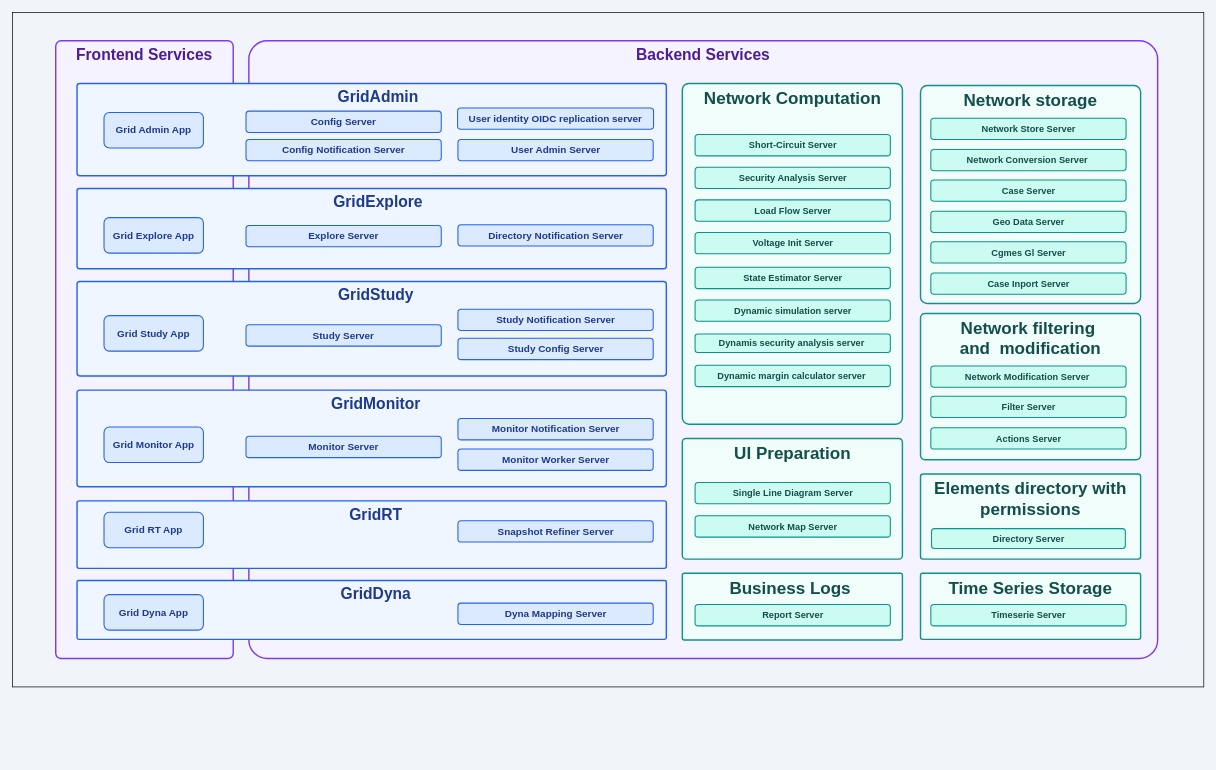
The draw.io diagram architecture/diagrams/BackendFrontend.drawio in gridsuite/documentation, before the edit. Source tidied: cells renumbered, new cells numbered last; positions are measured from the earlier drawing's top-left corner, leaving out a move shared by most shapes. Both pictures are drawn from the tidied source at 71%, with x=0, y=0 at pixel (12, 12).
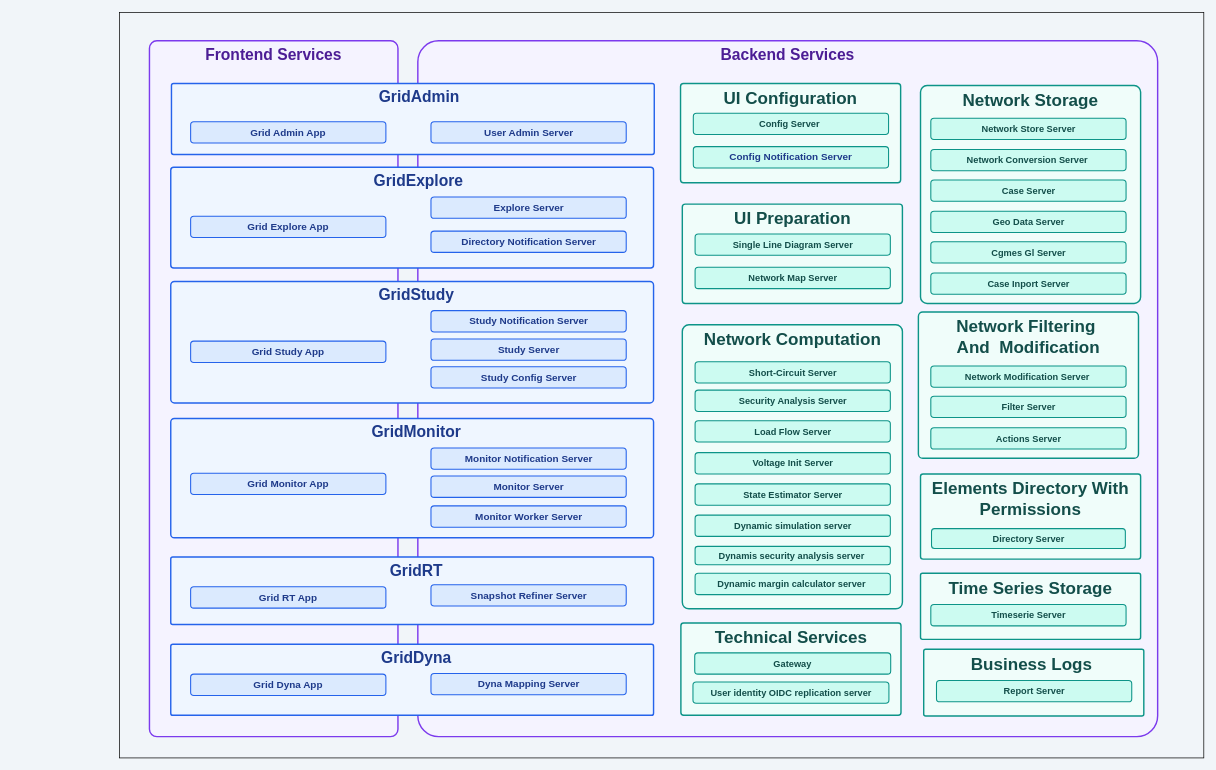
After the change.

Commit message (it also covers changes not shown here):
Adjust MicroServices diagram (#58)

What changed in the source:
```diff
@@
     <mxCell id="2" style="rounded=0;whiteSpace=wrap;html=1;fillColor=none;" parent="1" vertex="1">
-      <mxGeometry width="1678" height="950" as="geometry" />
+      <mxGeometry x="151" width="1527" height="1050" as="geometry" />
     </mxCell>
     <mxCell id="3" value="Backend Services" style="rounded=1;whiteSpace=wrap;html=1;verticalAlign=top;fontSize=22;fontStyle=1;fillColor=#F5F3FF;fontColor=#4C1D95;strokeColor=#7C3AED;strokeWidth=2;arcSize=3;align=center;fontFamily=Helvetica;" parent="1" vertex="1">
-      <mxGeometry x="333" y="40" width="1280" height="870" as="geometry" />
+      <mxGeometry x="571" y="40" width="1042" height="980" as="geometry" />
     </mxCell>
     <mxCell id="4" value="UI Preparation" style="rounded=1;whiteSpace=wrap;html=1;verticalAlign=top;fontSize=24;fontStyle=1;fillColor=#F0FDFA;fontColor=#134E4A;strokeColor=#0D9488;strokeWidth=2;arcSize=3;align=center;fontFamily=Helvetica;" parent="1" vertex="1">
-      <mxGeometry x="943.5" y="600" width="310" height="170" as="geometry" />
+      <mxGeometry x="943.5" y="270" width="310" height="140" as="geometry" />
     </mxCell>
     <mxCell id="5" value="Frontend Services" style="rounded=1;whiteSpace=wrap;html=1;verticalAlign=top;fontSize=22;fontStyle=1;fillColor=#F5F3FF;fontColor=#4C1D95;strokeColor=#7C3AED;strokeWidth=2;arcSize=3;align=center;fontFamily=Helvetica;" parent="1" vertex="1">
-      <mxGeometry x="61" y="40" width="250" height="870" as="geometry" />
+      <mxGeometry x="193" y="40" width="350" height="980" as="geometry" />
     </mxCell>
     <mxCell id="6" value="&amp;nbsp; &amp;nbsp;GridAdmin" style="rounded=1;whiteSpace=wrap;html=1;fillColor=#EFF6FF;align=center;verticalAlign=top;fontSize=22;strokeWidth=2;strokeColor=#2563EB;arcSize=3;fontFamily=Helvetica;fontColor=#1E3A8A;fontStyle=1;" parent="1" vertex="1">
-      <mxGeometry x="91" y="100" width="830" height="130" as="geometry" />
+      <mxGeometry x="224" y="100" width="680" height="100" as="geometry" />
     </mxCell>
-    <mxCell id="7" value="Network filtering&amp;nbsp;&lt;div&gt;and&amp;nbsp; modification&lt;/div&gt;" style="rounded=1;whiteSpace=wrap;html=1;verticalAlign=top;fontSize=24;fontStyle=1;fillColor=#F0FDFA;fontColor=#134E4A;strokeColor=#0D9488;strokeWidth=2;arcSize=3;align=center;fontFamily=Helvetica;" parent="1" vertex="1">
-      <mxGeometry x="1279" y="424" width="310" height="206" as="geometry" />
+    <mxCell id="7" value="Network Filtering&amp;nbsp;&lt;div&gt;And&amp;nbsp; Modification&lt;/div&gt;" style="rounded=1;whiteSpace=wrap;html=1;verticalAlign=top;fontSize=24;fontStyle=1;fillColor=#F0FDFA;fontColor=#134E4A;strokeColor=#0D9488;strokeWidth=2;arcSize=3;align=center;fontFamily=Helvetica;" parent="1" vertex="1">
+      <mxGeometry x="1276" y="422" width="310" height="206" as="geometry" />
     </mxCell>
-    <mxCell id="8" value="Elements directory with permissions" style="rounded=1;whiteSpace=wrap;html=1;verticalAlign=top;fontSize=24;fontStyle=1;fillColor=#F0FDFA;fontColor=#134E4A;strokeColor=#0D9488;strokeWidth=2;arcSize=3;align=center;fontFamily=Helvetica;" parent="1" vertex="1">
+    <mxCell id="8" value="Elements Directory With Permissions" style="rounded=1;whiteSpace=wrap;html=1;verticalAlign=top;fontSize=24;fontStyle=1;fillColor=#F0FDFA;fontColor=#134E4A;strokeColor=#0D9488;strokeWidth=2;arcSize=3;align=center;fontFamily=Helvetica;" parent="1" vertex="1">
       <mxGeometry x="1279" y="650" width="310" height="120" as="geometry" />
     </mxCell>
     <mxCell id="9" value="Business Logs&amp;nbsp;" style="rounded=1;whiteSpace=wrap;html=1;verticalAlign=top;fontSize=24;fontStyle=1;fillColor=#F0FDFA;fontColor=#134E4A;strokeColor=#0D9488;strokeWidth=2;arcSize=3;align=center;fontFamily=Helvetica;" parent="1" vertex="1">
-      <mxGeometry x="943.5" y="790" width="310" height="94" as="geometry" />
+      <mxGeometry x="1283.5" y="897" width="310" height="94" as="geometry" />
     </mxCell>
     <mxCell id="10" value="Network Computation" style="rounded=1;whiteSpace=wrap;html=1;verticalAlign=top;fontSize=24;fontStyle=1;fillColor=#F0FDFA;fontColor=#134E4A;strokeColor=#0D9488;strokeWidth=2;arcSize=3;align=center;fontFamily=Helvetica;" parent="1" vertex="1">
-      <mxGeometry x="943.5" y="100" width="310" height="480" as="geometry" />
+      <mxGeometry x="943.5" y="440" width="310" height="400" as="geometry" />
     </mxCell>
-    <mxCell id="11" value="User identity OIDC replication server" style="rounded=1;whiteSpace=wrap;html=1;fontSize=14;fontStyle=1;fillColor=#DBEAFE;strokeColor=#2563EB;strokeWidth=1.5;fontColor=#1E3A8A;align=center;verticalAlign=middle;fontFamily=Helvetica;" parent="1" vertex="1">
-      <mxGeometry x="627" y="134.5" width="276" height="30" as="geometry" />
-    </mxCell>
-    <mxCell id="12" value="Network storage" style="rounded=1;whiteSpace=wrap;html=1;verticalAlign=top;fontSize=24;fontStyle=1;fillColor=#F0FDFA;fontColor=#134E4A;strokeColor=#0D9488;strokeWidth=2;arcSize=3;align=center;fontFamily=Helvetica;" parent="1" vertex="1">
+    <mxCell id="12" value="Network Storage" style="rounded=1;whiteSpace=wrap;html=1;verticalAlign=top;fontSize=24;fontStyle=1;fillColor=#F0FDFA;fontColor=#134E4A;strokeColor=#0D9488;strokeWidth=2;arcSize=3;align=center;fontFamily=Helvetica;" parent="1" vertex="1">
       <mxGeometry x="1279" y="103" width="310" height="307" as="geometry" />
     </mxCell>
     <mxCell id="13" value="&amp;nbsp; &amp;nbsp;GridRT&amp;nbsp;" style="rounded=1;whiteSpace=wrap;html=1;fillColor=#EFF6FF;align=center;verticalAlign=top;fontSize=22;strokeWidth=2;strokeColor=#2563EB;fontFamily=Helvetica;fontColor=#1E3A8A;arcSize=3;fontStyle=1;" parent="1" vertex="1">
-      <mxGeometry x="91" y="688" width="830" height="95" as="geometry" />
+      <mxGeometry x="223" y="767" width="680" height="95" as="geometry" />
     </mxCell>
     <mxCell id="14" value="Grid Admin App" style="rounded=1;whiteSpace=wrap;html=1;fontSize=14;fontStyle=1;fillColor=#DBEAFE;strokeColor=#2563EB;strokeWidth=1.5;fontColor=#1E3A8A;" parent="1" vertex="1">
-      <mxGeometry x="129" y="141" width="140" height="50" as="geometry" />
+      <mxGeometry x="251" y="154" width="275" height="30" as="geometry" />
     </mxCell>
     <mxCell id="15" value="User Admin Server" style="rounded=1;whiteSpace=wrap;html=1;fontSize=14;fontStyle=1;fillColor=#DBEAFE;strokeColor=#2563EB;strokeWidth=1.5;fontColor=#1E3A8A;align=center;verticalAlign=middle;fontFamily=Helvetica;" parent="1" vertex="1">
-      <mxGeometry x="627.5" y="179" width="275" height="30" as="geometry" />
+      <mxGeometry x="589.5" y="154" width="275" height="30" as="geometry" />
     </mxCell>
-    <mxCell id="16" value="Config Server" style="rounded=1;whiteSpace=wrap;html=1;fontSize=14;fontStyle=1;fillColor=#DBEAFE;strokeColor=#2563EB;strokeWidth=1.5;fontColor=#1E3A8A;align=center;verticalAlign=middle;fontFamily=Helvetica;" parent="1" vertex="1">
-      <mxGeometry x="329" y="139" width="275" height="30" as="geometry" />
-    </mxCell>
-    <mxCell id="17" value="Config Notification Server" style="rounded=1;whiteSpace=wrap;html=1;fontSize=14;fontStyle=1;fillColor=#DBEAFE;strokeColor=#2563EB;strokeWidth=1.5;fontColor=#1E3A8A;align=center;verticalAlign=middle;fontFamily=Helvetica;" parent="1" vertex="1">
-      <mxGeometry x="329" y="179" width="275" height="30" as="geometry" />
-    </mxCell>
@@
     <mxCell id="20" value="Short-Circuit Server" style="rounded=1;whiteSpace=wrap;html=1;fontSize=13;fontStyle=1;fillColor=#CCFBF1;strokeColor=#0D9488;strokeWidth=1.5;fontColor=#134E4A;align=center;verticalAlign=middle;fontFamily=Helvetica;" parent="1" vertex="1">
-      <mxGeometry x="961.5" y="172" width="275" height="30" as="geometry" />
+      <mxGeometry x="961.5" y="492" width="275" height="30" as="geometry" />
     </mxCell>
     <mxCell id="21" value="Security Analysis Server" style="rounded=1;whiteSpace=wrap;html=1;fontSize=13;fontStyle=1;fillColor=#CCFBF1;strokeColor=#0D9488;strokeWidth=1.5;fontColor=#134E4A;align=center;verticalAlign=middle;fontFamily=Helvetica;" parent="1" vertex="1">
-      <mxGeometry x="961.5" y="218" width="275" height="30" as="geometry" />
+      <mxGeometry x="961.5" y="532" width="275" height="30" as="geometry" />
     </mxCell>
     <mxCell id="22" value="Load Flow Server" style="rounded=1;whiteSpace=wrap;html=1;fontSize=13;fontStyle=1;fillColor=#CCFBF1;strokeColor=#0D9488;strokeWidth=1.5;fontColor=#134E4A;align=center;verticalAlign=middle;fontFamily=Helvetica;" parent="1" vertex="1">
-      <mxGeometry x="961.5" y="264" width="275" height="30" as="geometry" />
+      <mxGeometry x="961.5" y="575" width="275" height="30" as="geometry" />
     </mxCell>
     <mxCell id="23" value="Voltage Init Server" style="rounded=1;whiteSpace=wrap;html=1;fontSize=13;fontStyle=1;fillColor=#CCFBF1;strokeColor=#0D9488;strokeWidth=1.5;fontColor=#134E4A;align=center;verticalAlign=middle;fontFamily=Helvetica;" parent="1" vertex="1">
-      <mxGeometry x="961.5" y="310" width="275" height="30" as="geometry" />
+      <mxGeometry x="961.5" y="620" width="275" height="30" as="geometry" />
     </mxCell>
@@
     <mxCell id="26" value="Report Server" style="rounded=1;whiteSpace=wrap;html=1;fontSize=13;fontStyle=1;fillColor=#CCFBF1;strokeColor=#0D9488;strokeWidth=1.5;fontColor=#134E4A;align=center;verticalAlign=middle;fontFamily=Helvetica;" parent="1" vertex="1">
-      <mxGeometry x="961.5" y="834" width="275" height="30" as="geometry" />
+      <mxGeometry x="1301.5" y="941" width="275" height="30" as="geometry" />
     </mxCell>
@@
     <mxCell id="30" value="&amp;nbsp; &amp;nbsp;GridExplore" style="rounded=1;whiteSpace=wrap;html=1;fillColor=#EFF6FF;align=center;verticalAlign=top;fontSize=22;strokeWidth=2;strokeColor=#2563EB;arcSize=3;fontFamily=Helvetica;fontColor=#1E3A8A;fontStyle=1;" parent="1" vertex="1">
-      <mxGeometry x="91" y="248" width="830" height="113" as="geometry" />
+      <mxGeometry x="223" y="218" width="680" height="142" as="geometry" />
     </mxCell>
     <mxCell id="31" value="Grid Explore App" style="rounded=1;whiteSpace=wrap;html=1;fontSize=14;fontStyle=1;fillColor=#DBEAFE;strokeColor=#2563EB;strokeWidth=1.5;fontColor=#1E3A8A;" parent="1" vertex="1">
-      <mxGeometry x="129" y="289" width="140" height="50" as="geometry" />
+      <mxGeometry x="251" y="287" width="275" height="30" as="geometry" />
     </mxCell>
     <mxCell id="32" value="Explore Server" style="rounded=1;whiteSpace=wrap;html=1;fontSize=14;fontStyle=1;fillColor=#DBEAFE;strokeColor=#2563EB;strokeWidth=1.5;fontColor=#1E3A8A;align=center;verticalAlign=middle;fontFamily=Helvetica;" parent="1" vertex="1">
-      <mxGeometry x="329" y="300" width="275" height="30" as="geometry" />
+      <mxGeometry x="589.5" y="260" width="275" height="30" as="geometry" />
     </mxCell>
     <mxCell id="33" value="Directory Notification Server" style="rounded=1;whiteSpace=wrap;html=1;fontSize=14;fontStyle=1;fillColor=#DBEAFE;strokeColor=#2563EB;strokeWidth=1.5;fontColor=#1E3A8A;align=center;verticalAlign=middle;fontFamily=Helvetica;" parent="1" vertex="1">
-      <mxGeometry x="627.5" y="299" width="275" height="30" as="geometry" />
+      <mxGeometry x="589.5" y="308" width="275" height="30" as="geometry" />
     </mxCell>
     <mxCell id="34" value="Grid RT App" style="rounded=1;whiteSpace=wrap;html=1;fontSize=14;fontStyle=1;fillColor=#DBEAFE;strokeColor=#2563EB;strokeWidth=1.5;fontColor=#1E3A8A;" parent="1" vertex="1">
-      <mxGeometry x="129" y="704" width="140" height="50" as="geometry" />
+      <mxGeometry x="251" y="809" width="275" height="30" as="geometry" />
     </mxCell>
     <mxCell id="35" value="Snapshot Refiner Server" style="rounded=1;whiteSpace=wrap;html=1;fontSize=14;fontStyle=1;fillColor=#DBEAFE;strokeColor=#2563EB;strokeWidth=1.5;fontColor=#1E3A8A;align=center;verticalAlign=middle;fontFamily=Helvetica;" parent="1" vertex="1">
-      <mxGeometry x="627.5" y="716" width="275" height="30" as="geometry" />
+      <mxGeometry x="589.5" y="806" width="275" height="30" as="geometry" />
     </mxCell>
     <mxCell id="36" value="State Estimator Server" style="rounded=1;whiteSpace=wrap;html=1;fontSize=13;fontStyle=1;fillColor=#CCFBF1;strokeColor=#0D9488;strokeWidth=1.5;fontColor=#134E4A;align=center;verticalAlign=middle;fontFamily=Helvetica;" parent="1" vertex="1">
-      <mxGeometry x="961.5" y="359" width="275" height="30" as="geometry" />
+      <mxGeometry x="961.5" y="664" width="275" height="30" as="geometry" />
     </mxCell>
     <mxCell id="37" value="&amp;nbsp; &amp;nbsp;GridMonitor&amp;nbsp;" style="rounded=1;whiteSpace=wrap;html=1;fillColor=#EFF6FF;align=center;verticalAlign=top;fontSize=22;strokeWidth=2;strokeColor=#2563EB;fontFamily=Helvetica;fontColor=#1E3A8A;arcSize=3;fontStyle=1;" parent="1" vertex="1">
-      <mxGeometry x="91" y="532" width="830" height="136" as="geometry" />
+      <mxGeometry x="223" y="572" width="680" height="168" as="geometry" />
     </mxCell>
     <mxCell id="38" value="Grid Monitor App" style="rounded=1;whiteSpace=wrap;html=1;fontSize=14;fontStyle=1;fillColor=#DBEAFE;strokeColor=#2563EB;strokeWidth=1.5;fontColor=#1E3A8A;" parent="1" vertex="1">
-      <mxGeometry x="129" y="584" width="140" height="50" as="geometry" />
+      <mxGeometry x="251" y="649" width="275" height="30" as="geometry" />
     </mxCell>
     <mxCell id="39" value="Monitor Server" style="rounded=1;whiteSpace=wrap;html=1;fontSize=14;fontStyle=1;fillColor=#DBEAFE;strokeColor=#2563EB;strokeWidth=1.5;fontColor=#1E3A8A;align=center;verticalAlign=middle;fontFamily=Helvetica;" parent="1" vertex="1">
-      <mxGeometry x="329" y="597" width="275" height="30" as="geometry" />
+      <mxGeometry x="589.5" y="653" width="275" height="30" as="geometry" />
     </mxCell>
     <mxCell id="40" value="Monitor Worker Server" style="rounded=1;whiteSpace=wrap;html=1;fontSize=14;fontStyle=1;fillColor=#DBEAFE;strokeColor=#2563EB;strokeWidth=1.5;fontColor=#1E3A8A;align=center;verticalAlign=middle;fontFamily=Helvetica;" parent="1" vertex="1">
-      <mxGeometry x="627.5" y="615" width="275" height="30" as="geometry" />
+      <mxGeometry x="589.5" y="695" width="275" height="30" as="geometry" />
     </mxCell>
     <mxCell id="41" value="Monitor Notification Server" style="rounded=1;whiteSpace=wrap;html=1;fontSize=14;fontStyle=1;fillColor=#DBEAFE;strokeColor=#2563EB;strokeWidth=1.5;fontColor=#1E3A8A;align=center;verticalAlign=middle;fontFamily=Helvetica;" parent="1" vertex="1">
-      <mxGeometry x="627.5" y="572" width="275" height="30" as="geometry" />
+      <mxGeometry x="589.5" y="613.5" width="275" height="30" as="geometry" />
     </mxCell>
@@
     <mxCell id="45" value="&amp;nbsp; &amp;nbsp;GridDyna&amp;nbsp;" style="rounded=1;whiteSpace=wrap;html=1;fillColor=#EFF6FF;align=center;verticalAlign=top;fontSize=22;strokeWidth=2;strokeColor=#2563EB;fontFamily=Helvetica;fontColor=#1E3A8A;arcSize=3;fontStyle=1;" parent="1" vertex="1">
-      <mxGeometry x="91" y="800" width="830" height="83" as="geometry" />
+      <mxGeometry x="223" y="890" width="680" height="100" as="geometry" />
     </mxCell>
     <mxCell id="46" value="Grid Dyna App" style="rounded=1;whiteSpace=wrap;html=1;fontSize=14;fontStyle=1;fillColor=#DBEAFE;strokeColor=#2563EB;strokeWidth=1.5;fontColor=#1E3A8A;" parent="1" vertex="1">
-      <mxGeometry x="129" y="820" width="140" height="50" as="geometry" />
+      <mxGeometry x="251" y="932" width="275" height="30" as="geometry" />
     </mxCell>
     <mxCell id="47" value="Dyna Mapping Server" style="rounded=1;whiteSpace=wrap;html=1;fontSize=14;fontStyle=1;fillColor=#DBEAFE;strokeColor=#2563EB;strokeWidth=1.5;fontColor=#1E3A8A;align=center;verticalAlign=middle;fontFamily=Helvetica;" parent="1" vertex="1">
-      <mxGeometry x="627.5" y="832" width="275" height="30" as="geometry" />
+      <mxGeometry x="589.5" y="931" width="275" height="30" as="geometry" />
     </mxCell>
     <mxCell id="48" value="Dynamic simulation server" style="rounded=1;whiteSpace=wrap;html=1;fontSize=13;fontStyle=1;fillColor=#CCFBF1;strokeColor=#0D9488;strokeWidth=1.5;fontColor=#134E4A;align=center;verticalAlign=middle;fontFamily=Helvetica;" parent="1" vertex="1">
-      <mxGeometry x="961.5" y="405" width="275" height="30" as="geometry" />
+      <mxGeometry x="961.5" y="708" width="275" height="30" as="geometry" />
     </mxCell>
     <mxCell id="49" value="Dynamis security analysis server&amp;nbsp;" style="rounded=1;whiteSpace=wrap;html=1;fontSize=13;fontStyle=1;fillColor=#CCFBF1;strokeColor=#0D9488;strokeWidth=1.5;fontColor=#134E4A;align=center;verticalAlign=middle;fontFamily=Helvetica;" parent="1" vertex="1">
-      <mxGeometry x="961.5" y="453" width="275" height="26" as="geometry" />
+      <mxGeometry x="961.5" y="752" width="275" height="26" as="geometry" />
     </mxCell>
     <mxCell id="50" value="Dynamic margin calculator server&amp;nbsp;" style="rounded=1;whiteSpace=wrap;html=1;fontSize=13;fontStyle=1;fillColor=#CCFBF1;strokeColor=#0D9488;strokeWidth=1.5;fontColor=#134E4A;align=center;verticalAlign=middle;fontFamily=Helvetica;" parent="1" vertex="1">
-      <mxGeometry x="961.5" y="497" width="275" height="30" as="geometry" />
+      <mxGeometry x="961.5" y="790" width="275" height="30" as="geometry" />
     </mxCell>
@@
     <mxCell id="53" value="Single Line Diagram Server" style="rounded=1;whiteSpace=wrap;html=1;fontSize=13;fontStyle=1;fillColor=#CCFBF1;strokeColor=#0D9488;strokeWidth=1.5;fontColor=#134E4A;align=center;verticalAlign=middle;fontFamily=Helvetica;" parent="1" vertex="1">
-      <mxGeometry x="961.5" y="662" width="275" height="30" as="geometry" />
+      <mxGeometry x="961.5" y="312" width="275" height="30" as="geometry" />
     </mxCell>
     <mxCell id="54" value="Network Map Server" style="rounded=1;whiteSpace=wrap;html=1;fontSize=13;fontStyle=1;fillColor=#CCFBF1;strokeColor=#0D9488;strokeWidth=1.5;fontColor=#134E4A;align=center;verticalAlign=middle;fontFamily=Helvetica;" parent="1" vertex="1">
-      <mxGeometry x="961.5" y="709" width="275" height="30" as="geometry" />
+      <mxGeometry x="961.5" y="359" width="275" height="30" as="geometry" />
     </mxCell>
     <mxCell id="55" value="&amp;nbsp; &amp;nbsp;GridStudy&amp;nbsp;" style="rounded=1;whiteSpace=wrap;html=1;fillColor=#EFF6FF;align=center;verticalAlign=top;fontSize=22;strokeWidth=2;strokeColor=#2563EB;arcSize=3;fontFamily=Helvetica;fontColor=#1E3A8A;fontStyle=1;" parent="1" vertex="1">
-      <mxGeometry x="91" y="379" width="830" height="133" as="geometry" />
+      <mxGeometry x="223" y="379" width="680" height="171" as="geometry" />
     </mxCell>
     <mxCell id="56" value="Grid Study App" style="rounded=1;whiteSpace=wrap;html=1;fontSize=14;fontStyle=1;fillColor=#DBEAFE;strokeColor=#2563EB;strokeWidth=1.5;fontColor=#1E3A8A;" parent="1" vertex="1">
-      <mxGeometry x="129" y="427" width="140" height="50" as="geometry" />
+      <mxGeometry x="251" y="463" width="275" height="30" as="geometry" />
     </mxCell>
     <mxCell id="57" value="Study Config Server" style="rounded=1;whiteSpace=wrap;html=1;fontSize=14;fontStyle=1;fillColor=#DBEAFE;strokeColor=#2563EB;strokeWidth=1.5;fontColor=#1E3A8A;align=center;verticalAlign=middle;fontFamily=Helvetica;" parent="1" vertex="1">
-      <mxGeometry x="627.5" y="459" width="275" height="30" as="geometry" />
+      <mxGeometry x="589.5" y="499" width="275" height="30" as="geometry" />
     </mxCell>
     <mxCell id="58" value="Study Server" style="rounded=1;whiteSpace=wrap;html=1;fontSize=14;fontStyle=1;fillColor=#DBEAFE;strokeColor=#2563EB;strokeWidth=1.5;fontColor=#1E3A8A;align=center;verticalAlign=middle;fontFamily=Helvetica;" parent="1" vertex="1">
-      <mxGeometry x="329" y="440" width="275" height="30" as="geometry" />
+      <mxGeometry x="589.5" y="460" width="275" height="30" as="geometry" />
     </mxCell>
     <mxCell id="59" value="Study Notification Server" style="rounded=1;whiteSpace=wrap;html=1;fontSize=14;fontStyle=1;fillColor=#DBEAFE;strokeColor=#2563EB;strokeWidth=1.5;fontColor=#1E3A8A;align=center;verticalAlign=middle;fontFamily=Helvetica;" parent="1" vertex="1">
-      <mxGeometry x="627.5" y="418" width="275" height="30" as="geometry" />
+      <mxGeometry x="589.5" y="420" width="275" height="30" as="geometry" />
     </mxCell>
@@
+    <mxCell id="61" value="UI Configuration" style="rounded=1;whiteSpace=wrap;html=1;verticalAlign=top;fontSize=24;fontStyle=1;fillColor=#F0FDFA;fontColor=#134E4A;strokeColor=#0D9488;strokeWidth=2;arcSize=3;align=center;fontFamily=Helvetica;" parent="1" vertex="1">
+      <mxGeometry x="941" y="100" width="310" height="140" as="geometry" />
+    </mxCell>
+    <mxCell id="16" value="Config Server&amp;nbsp;" style="rounded=1;whiteSpace=wrap;html=1;fontSize=13;fontStyle=1;fillColor=#CCFBF1;strokeColor=#0D9488;strokeWidth=1.5;fontColor=#134E4A;align=center;verticalAlign=middle;fontFamily=Helvetica;" parent="1" vertex="1">
+      <mxGeometry x="959" y="142" width="275" height="30" as="geometry" />
+    </mxCell>
+    <mxCell id="17" value="&lt;span style=&quot;color: rgb(30, 58, 138); font-size: 14px;&quot;&gt;Config Notification Server&lt;/span&gt;" style="rounded=1;whiteSpace=wrap;html=1;fontSize=13;fontStyle=1;fillColor=#CCFBF1;strokeColor=#0D9488;strokeWidth=1.5;fontColor=#134E4A;align=center;verticalAlign=middle;fontFamily=Helvetica;" parent="1" vertex="1">
+      <mxGeometry x="959" y="189" width="275" height="30" as="geometry" />
+    </mxCell>
+    <mxCell id="62" value="Technical Services" style="rounded=1;whiteSpace=wrap;html=1;verticalAlign=top;fontSize=24;fontStyle=1;fillColor=#F0FDFA;fontColor=#134E4A;strokeColor=#0D9488;strokeWidth=2;arcSize=3;align=center;fontFamily=Helvetica;" parent="1" vertex="1">
+      <mxGeometry x="941.5" y="860" width="310" height="130" as="geometry" />
+    </mxCell>
+    <mxCell id="11" value="User identity OIDC replication server" style="rounded=1;whiteSpace=wrap;html=1;fontSize=13;fontStyle=1;fillColor=#CCFBF1;strokeColor=#0D9488;strokeWidth=1.5;fontColor=#134E4A;align=center;verticalAlign=middle;fontFamily=Helvetica;" parent="1" vertex="1">
+      <mxGeometry x="958.5" y="943" width="276" height="30" as="geometry" />
+    </mxCell>
+    <mxCell id="63" value="Gateway" style="rounded=1;whiteSpace=wrap;html=1;fontSize=13;fontStyle=1;fillColor=#CCFBF1;strokeColor=#0D9488;strokeWidth=1.5;fontColor=#134E4A;align=center;verticalAlign=middle;fontFamily=Helvetica;" parent="1" vertex="1">
+      <mxGeometry x="961" y="902" width="276" height="30" as="geometry" />
+    </mxCell>
```
